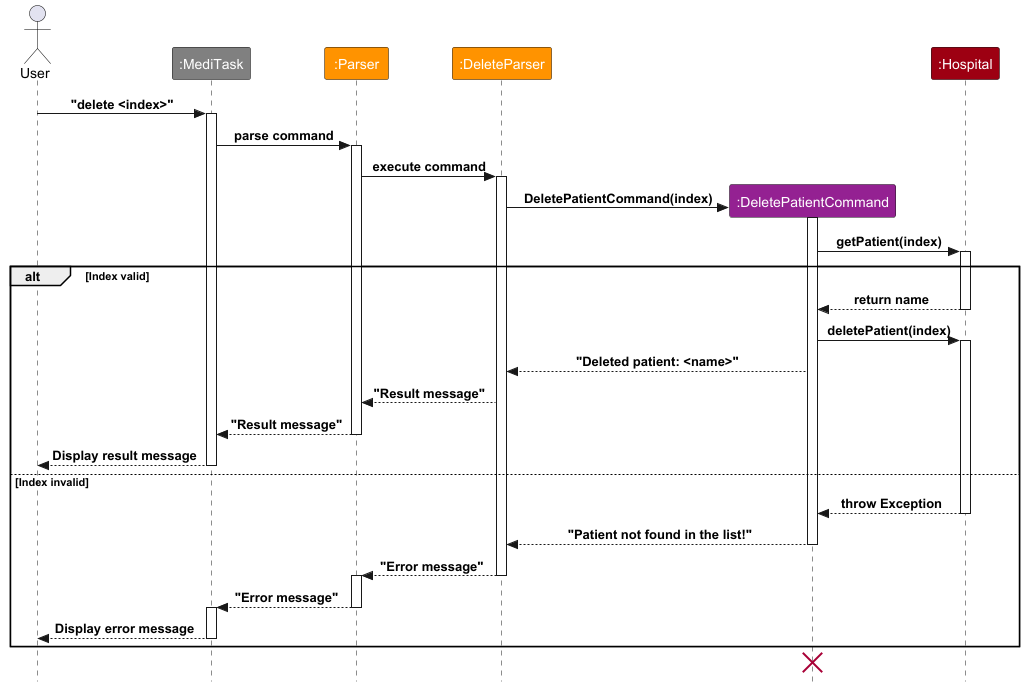
Earlier version of the PlantUML export docs/images/DeletePatientSequenceDiagram.png (nus-cs2113-AY2425S1/tp).
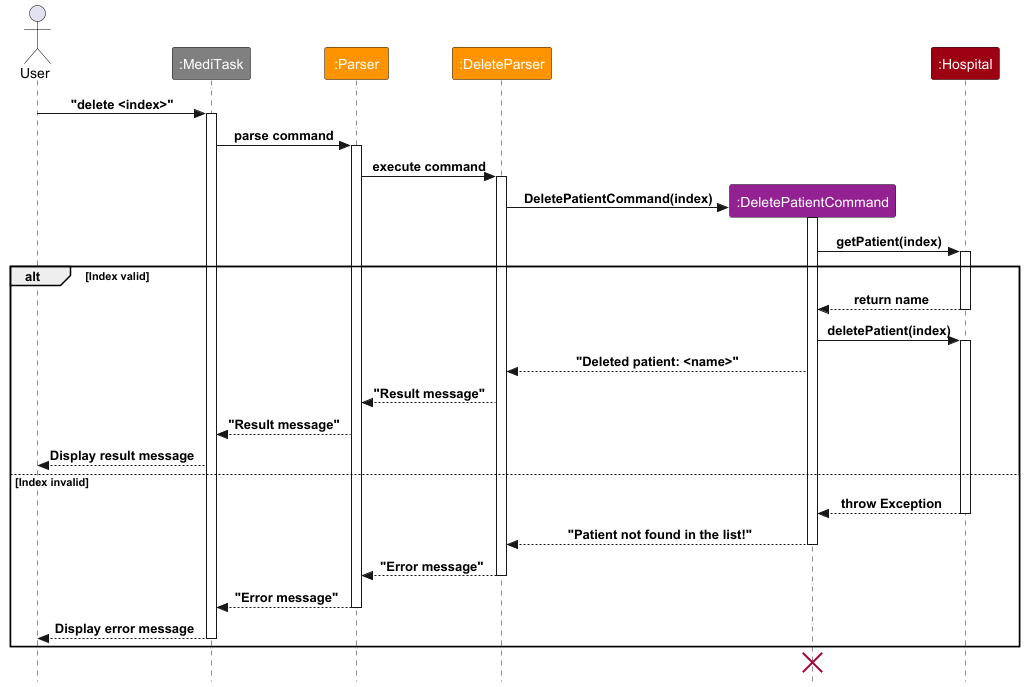
After the change.

Commit message:
Fix broken activation bar

Previously, there were broken activation bars on items that were still
on the same instance.

Changes made:
* Join back activation bars that are the same instance

These changes will help in readibility and clarity for the user.

What changed in the source:
```diff
@@ -35,22 +35,17 @@
 
     DeleteParser --> Parser : "Result message"
     Parser --> MediTask : "Result message"
-    deactivate Parser
     MediTask --> User : Display result message
-    deactivate MediTask
 else Index invalid
     Hospital --> DeletePatientCommand : throw Exception
     deactivate Hospital
 
     DeletePatientCommand --> DeleteParser : "Patient not found in the list!"
     deactivate DeletePatientCommand
-
     DeleteParser --> Parser : "Error message"
     deactivate DeleteParser
-    activate Parser
     Parser --> MediTask : "Error message"
     deactivate Parser
-    activate MediTask
     MediTask --> User : Display error message
     deactivate MediTask
 end
```
